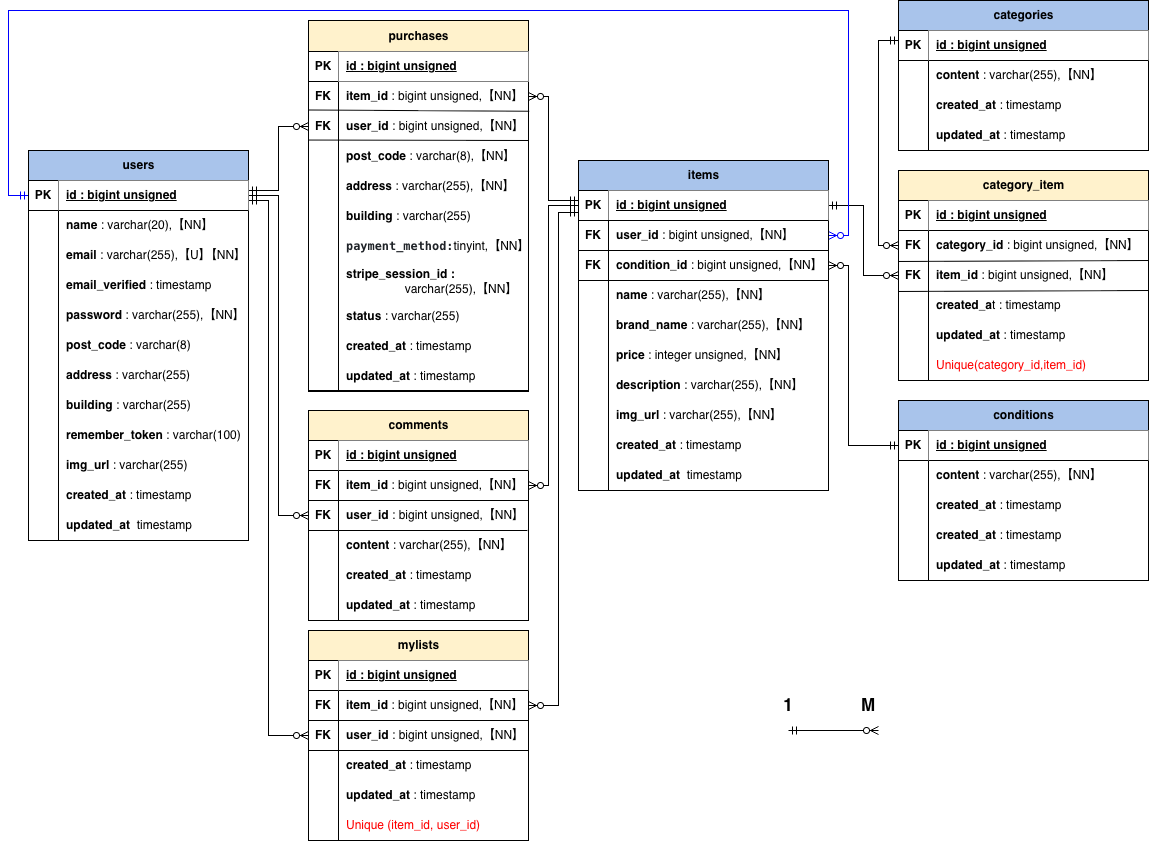
This is src/images/coachtech-fleamarket-app-er.drawio.png from kana686/fleamarket-app-retry, a draw.io export, as it was before one commit. Source tidied: cells renumbered, new cells last; positions are measured from the earlier drawing's top-left corner, leaving out a move shared by most shapes.
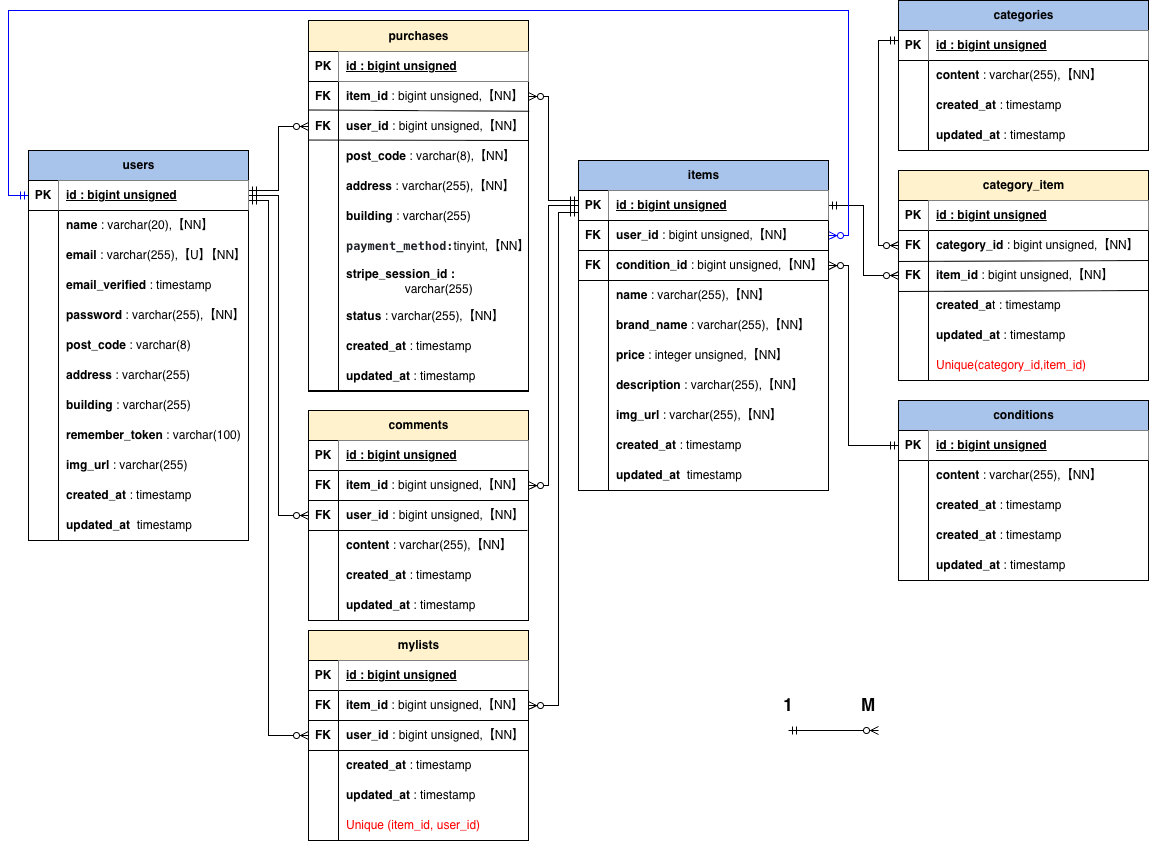
Above is the later version.

Commit message:
refactor:住所のバリデーションルールを削除(リクエストではないため) #43

The edit, as a diff of the source:
```diff
@@ -269,7 +269,7 @@
     <mxCell id="71" style="shape=partialRectangle;fillColor=none;top=0;left=0;bottom=0;right=0;overflow=hidden;whiteSpace=wrap;html=1;" parent="70" vertex="1">
       <mxGeometry width="30" height="40" as="geometry" />
     </mxCell>
-    <mxCell id="72" value="&lt;b&gt;stripe_session_id :&lt;/b&gt;&lt;div&gt;&lt;b&gt;　&amp;nbsp; &amp;nbsp; &amp;nbsp; &amp;nbsp; &amp;nbsp; &amp;nbsp; &amp;nbsp;&amp;nbsp;&lt;/b&gt;varchar(255),【NN】&lt;/div&gt;" style="shape=partialRectangle;fillColor=none;top=0;left=0;bottom=0;right=0;align=left;spacingLeft=6;overflow=hidden;whiteSpace=wrap;html=1;" parent="70" vertex="1">
+    <mxCell id="72" value="&lt;b&gt;stripe_session_id :&lt;/b&gt;&lt;div&gt;&lt;b&gt;　&amp;nbsp; &amp;nbsp; &amp;nbsp; &amp;nbsp; &amp;nbsp; &amp;nbsp; &amp;nbsp;&amp;nbsp;&lt;/b&gt;varchar(255)&lt;/div&gt;" style="shape=partialRectangle;fillColor=none;top=0;left=0;bottom=0;right=0;align=left;spacingLeft=6;overflow=hidden;whiteSpace=wrap;html=1;" parent="70" vertex="1">
       <mxGeometry x="30" width="190" height="40" as="geometry" />
     </mxCell>
     <mxCell id="73" style="shape=tableRow;horizontal=0;startSize=0;swimlaneHead=0;swimlaneBody=0;fillColor=none;top=0;left=0;right=0;bottom=0;" parent="46" vertex="1">
@@ -278,7 +278,7 @@
     <mxCell id="74" style="shape=partialRectangle;fillColor=none;top=0;left=0;bottom=0;right=0;overflow=hidden;whiteSpace=wrap;html=1;" parent="73" vertex="1">
       <mxGeometry width="30" height="30" as="geometry" />
     </mxCell>
-    <mxCell id="75" value="&lt;b&gt;status&lt;/b&gt; : varchar(255)" style="shape=partialRectangle;fillColor=none;top=0;left=0;bottom=0;right=0;align=left;spacingLeft=6;overflow=hidden;whiteSpace=wrap;html=1;" parent="73" vertex="1">
+    <mxCell id="75" value="&lt;b&gt;status&lt;/b&gt; : varchar(255),【NN】" style="shape=partialRectangle;fillColor=none;top=0;left=0;bottom=0;right=0;align=left;spacingLeft=6;overflow=hidden;whiteSpace=wrap;html=1;" parent="73" vertex="1">
       <mxGeometry x="30" width="190" height="30" as="geometry" />
     </mxCell>
     <mxCell id="76" style="shape=tableRow;horizontal=0;startSize=0;swimlaneHead=0;swimlaneBody=0;fillColor=none;top=0;left=0;right=0;bottom=0;" parent="46" vertex="1">
```
